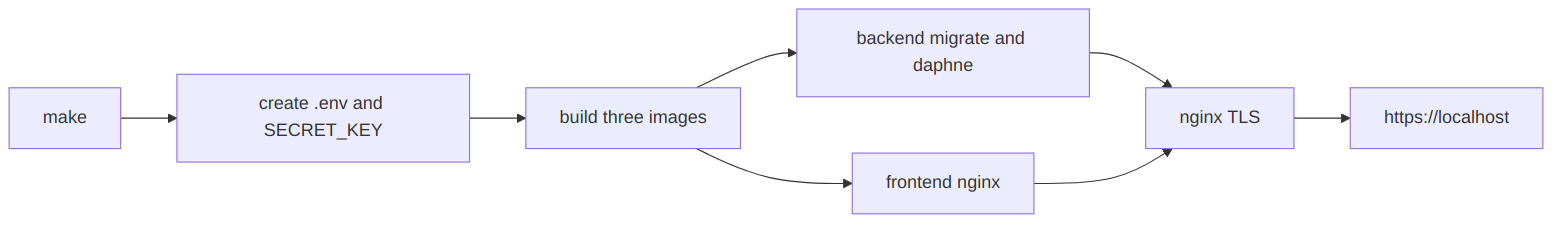
The Mermaid diagram docs/docker/startup.png in BalazsHoc/ft_transcendence, before a commit. Its source is kept beside it as docs/docker/startup.mmd. The source it was exported from:
```mermaid
flowchart LR
  makeUp["make"] --> prepareEnv["create .env and SECRET_KEY"]
  prepareEnv --> build["build three images"]
  build --> dbHealth["backend migrate and daphne"]
  build --> feHealth["frontend nginx"]
  dbHealth --> nginxUp["nginx TLS"]
  feHealth --> nginxUp
  nginxUp --> site["https://localhost"]
```
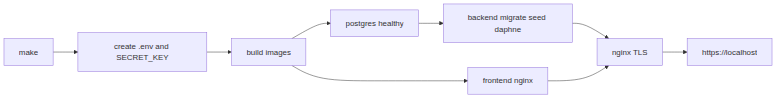
Later version of the same file.

The edit, as a diff of the source:
```diff
@@ -1,7 +1,8 @@
 flowchart LR
   makeUp["make"] --> prepareEnv["create .env and SECRET_KEY"]
-  prepareEnv --> build["build three images"]
-  build --> dbHealth["backend migrate and daphne"]
+  prepareEnv --> build["build images"]
+  build --> pgHealth["postgres healthy"]
+  pgHealth --> dbHealth["backend migrate seed daphne"]
   build --> feHealth["frontend nginx"]
   dbHealth --> nginxUp["nginx TLS"]
   feHealth --> nginxUp
```
